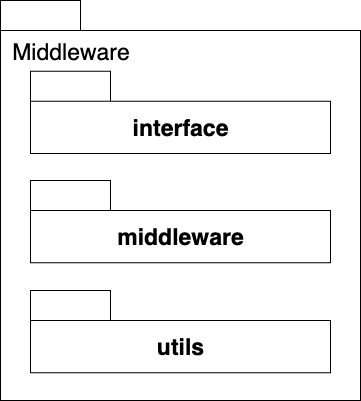
fiuba-distribuidos-2C2025/informe keeps this draw.io diagram as source/paquete-middleware.png. Above is the earlier version. Source tidied: cells renumbered, new cells last; positions are measured from the earlier drawing's top-left corner, leaving out a move shared by most shapes. The source it was exported from:
```xml
<mxGraphModel>
  <root>
    <mxCell id="0" />
    <mxCell id="1" parent="0" />
    <mxCell id="2" style="group;fontSize=23;" parent="1" vertex="1">
      <mxGeometry width="360" height="400" as="geometry" />
    </mxCell>
    <mxCell id="3" style="shape=folder;fontStyle=1;tabWidth=80;tabHeight=30;tabPosition=left;html=1;boundedLbl=1;whiteSpace=wrap;fontSize=23;" parent="2" vertex="1">
      <mxGeometry width="360" height="400" as="geometry" />
    </mxCell>
    <mxCell id="4" value="Middleware" style="text;html=1;align=center;verticalAlign=middle;strokeColor=none;fillColor=none;fontSize=23;" parent="2" vertex="1">
      <mxGeometry y="30.8" width="140" height="40" as="geometry" />
    </mxCell>
    <mxCell id="5" value="interface" style="shape=folder;fontStyle=1;tabWidth=80;tabHeight=30;tabPosition=left;html=1;boundedLbl=1;whiteSpace=wrap;fontSize=23;" parent="2" vertex="1">
      <mxGeometry x="30" y="70.8" width="300" height="82.2" as="geometry" />
    </mxCell>
    <mxCell id="6" value="middleware" style="shape=folder;fontStyle=1;tabWidth=80;tabHeight=30;tabPosition=left;html=1;boundedLbl=1;whiteSpace=wrap;fontSize=23;" parent="2" vertex="1">
      <mxGeometry x="30" y="180" width="300" height="82.2" as="geometry" />
    </mxCell>
    <mxCell id="7" value="utils" style="shape=folder;fontStyle=1;tabWidth=80;tabHeight=30;tabPosition=left;html=1;boundedLbl=1;whiteSpace=wrap;fontSize=23;" parent="2" vertex="1">
      <mxGeometry x="30" y="290" width="300" height="82.2" as="geometry" />
    </mxCell>
  </root>
</mxGraphModel>
```
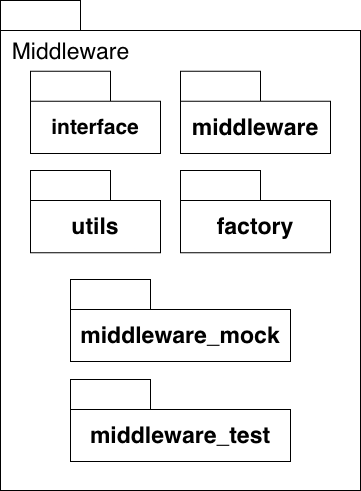
The same file after the commit.

What changed in the source:
```diff
@@ -2,23 +2,29 @@
   <root>
     <mxCell id="0" />
     <mxCell id="1" parent="0" />
-    <mxCell id="2" style="group;fontSize=23;" parent="1" vertex="1">
-      <mxGeometry width="360" height="400" as="geometry" />
+    <mxCell id="2" style="shape=folder;fontStyle=1;tabWidth=80;tabHeight=30;tabPosition=left;html=1;boundedLbl=1;whiteSpace=wrap;fontSize=23;" parent="1" vertex="1">
+      <mxGeometry width="360" height="490" as="geometry" />
     </mxCell>
-    <mxCell id="3" style="shape=folder;fontStyle=1;tabWidth=80;tabHeight=30;tabPosition=left;html=1;boundedLbl=1;whiteSpace=wrap;fontSize=23;" parent="2" vertex="1">
-      <mxGeometry width="360" height="400" as="geometry" />
+    <mxCell id="3" value="Middleware" style="text;html=1;align=center;verticalAlign=middle;strokeColor=none;fillColor=none;fontSize=23;" parent="1" vertex="1">
+      <mxGeometry y="30.8" width="140" height="40" as="geometry" />
     </mxCell>
-    <mxCell id="4" value="Middleware" style="text;html=1;align=center;verticalAlign=middle;strokeColor=none;fillColor=none;fontSize=23;" parent="2" vertex="1">
-      <mxGeometry y="30.8" width="140" height="40" as="geometry" />
+    <mxCell id="4" value="interface" style="shape=folder;fontStyle=1;tabWidth=80;tabHeight=30;tabPosition=left;html=1;boundedLbl=1;whiteSpace=wrap;fontSize=21;" parent="1" vertex="1">
+      <mxGeometry x="30" y="70.8" width="130" height="82.2" as="geometry" />
     </mxCell>
-    <mxCell id="5" value="interface" style="shape=folder;fontStyle=1;tabWidth=80;tabHeight=30;tabPosition=left;html=1;boundedLbl=1;whiteSpace=wrap;fontSize=23;" parent="2" vertex="1">
-      <mxGeometry x="30" y="70.8" width="300" height="82.2" as="geometry" />
+    <mxCell id="5" value="middleware" style="shape=folder;fontStyle=1;tabWidth=80;tabHeight=30;tabPosition=left;html=1;boundedLbl=1;whiteSpace=wrap;fontSize=23;" parent="1" vertex="1">
+      <mxGeometry x="180" y="70.8" width="150" height="82.2" as="geometry" />
     </mxCell>
-    <mxCell id="6" value="middleware" style="shape=folder;fontStyle=1;tabWidth=80;tabHeight=30;tabPosition=left;html=1;boundedLbl=1;whiteSpace=wrap;fontSize=23;" parent="2" vertex="1">
-      <mxGeometry x="30" y="180" width="300" height="82.2" as="geometry" />
+    <mxCell id="6" value="utils" style="shape=folder;fontStyle=1;tabWidth=80;tabHeight=30;tabPosition=left;html=1;boundedLbl=1;whiteSpace=wrap;fontSize=23;" parent="1" vertex="1">
+      <mxGeometry x="30" y="170" width="130" height="82.2" as="geometry" />
     </mxCell>
-    <mxCell id="7" value="utils" style="shape=folder;fontStyle=1;tabWidth=80;tabHeight=30;tabPosition=left;html=1;boundedLbl=1;whiteSpace=wrap;fontSize=23;" parent="2" vertex="1">
-      <mxGeometry x="30" y="290" width="300" height="82.2" as="geometry" />
+    <mxCell id="7" value="factory" style="shape=folder;fontStyle=1;tabWidth=80;tabHeight=30;tabPosition=left;html=1;boundedLbl=1;whiteSpace=wrap;fontSize=23;" parent="1" vertex="1">
+      <mxGeometry x="180" y="170" width="150" height="82.2" as="geometry" />
     </mxCell>
+    <mxCell id="8" value="middleware_mock" style="shape=folder;fontStyle=1;tabWidth=80;tabHeight=30;tabPosition=left;html=1;boundedLbl=1;whiteSpace=wrap;fontSize=23;" parent="1" vertex="1">
+      <mxGeometry x="70" y="278.9" width="220" height="82.2" as="geometry" />
+    </mxCell>
+    <mxCell id="9" value="middleware_test" style="shape=folder;fontStyle=1;tabWidth=80;tabHeight=30;tabPosition=left;html=1;boundedLbl=1;whiteSpace=wrap;fontSize=23;" parent="1" vertex="1">
+      <mxGeometry x="70" y="378.9" width="220" height="82.2" as="geometry" />
+    </mxCell>
   </root>
 </mxGraphModel>
```
